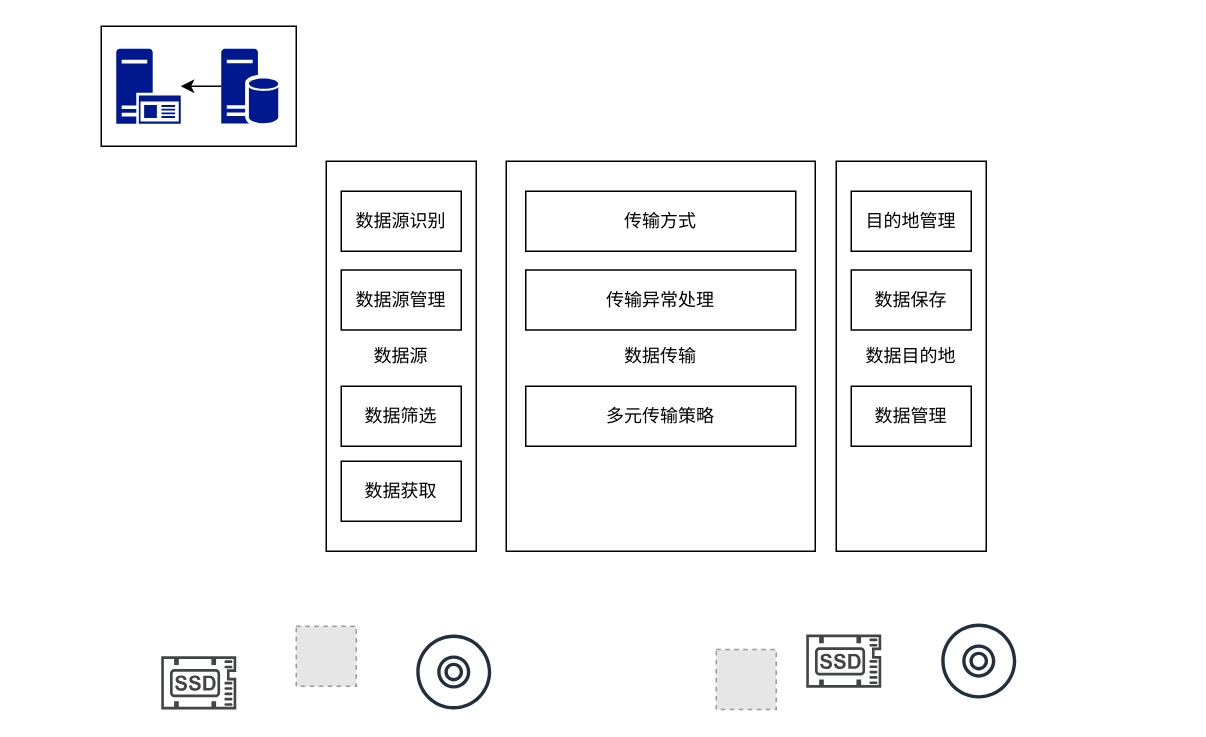
Earlier version of the draw.io diagram 第三章关键问题.drawio (GreenTee-color/Documents). Source tidied: cells renumbered, new cells numbered last; positions are measured from the earlier drawing's top-left corner, leaving out a move shared by most shapes. Both pictures are drawn from the tidied source at 150%, with x=0, y=0 at pixel (100, 26). Pictures stored in the file or linked from it are replaced by grey dashed boxes.
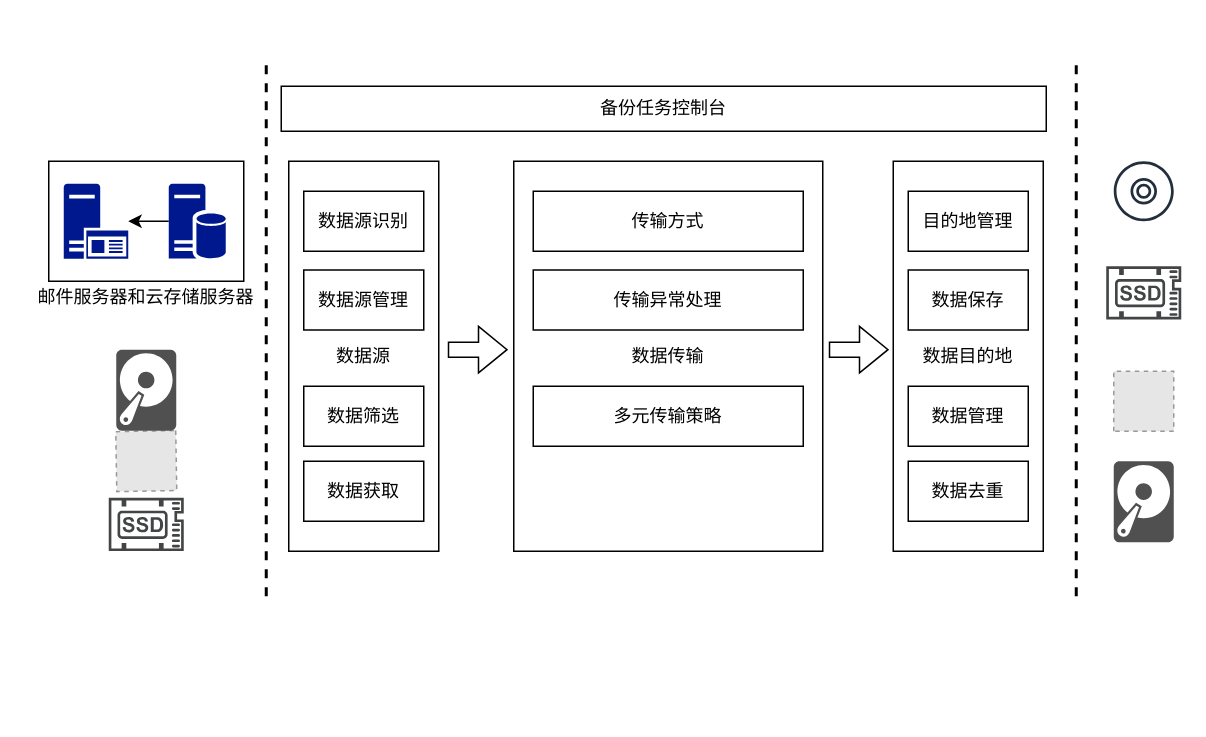
After the change.

Commit message (it also covers changes not shown here):
更新第三章关键问题.drawio

Change to the diagram source:
```diff
@@
-    <mxCell id="2" value="数据目的地" style="rounded=0;whiteSpace=wrap;html=1;" parent="1" vertex="1">
-      <mxGeometry x="490" y="90" width="100" height="260" as="geometry" />
-    </mxCell>
-    <mxCell id="3" value="数据源" style="rounded=0;whiteSpace=wrap;html=1;" parent="1" vertex="1">
-      <mxGeometry x="150" y="90" width="100" height="260" as="geometry" />
-    </mxCell>
+    <mxCell id="26" style="group;" parent="1" vertex="1">
+      <mxGeometry x="-50" y="90" width="745" height="260" as="geometry" />
+    </mxCell>
+    <mxCell id="27" style="group;" parent="26" vertex="1">
+      <mxGeometry x="55" y="125.6" width="110" height="134.4" as="geometry" />
+    </mxCell>
+    <mxCell id="28" style="group;" parent="27" vertex="1">
+      <mxGeometry y="54" width="110" height="80.3" as="geometry" />
+    </mxCell>
+    <mxCell id="29" style="group;" parent="28" vertex="1">
+      <mxGeometry width="50" height="80.3" as="geometry" />
+    </mxCell>
+    <mxCell id="7" style="sketch=0;shadow=0;dashed=0;html=1;strokeColor=none;fillColor=#434445;labelPosition=center;verticalLabelPosition=bottom;verticalAlign=top;align=center;shape=mxgraph.vvd.ssd;" parent="29" vertex="1">
+      <mxGeometry y="44.8" width="50" height="35.5" as="geometry" />
+    </mxCell>
+    <mxCell id="8" style="fillColor=#E6E6E6;strokeColor=#999999;dashed=1;html=1;verticalAlign=top;verticalLabelPosition=bottom;labelBackgroundColor=#ffffff;rotation=89;" parent="29" vertex="1">
+      <mxGeometry x="5" y="0.3" width="40" height="40" as="geometry" />
+    </mxCell>
+    <mxCell id="30" style="sketch=0;shadow=0;dashed=0;html=1;strokeColor=none;fillColor=#505050;labelPosition=center;verticalLabelPosition=bottom;verticalAlign=top;align=center;shape=mxgraph.office.devices.hard_disk;" parent="27" vertex="1">
+      <mxGeometry x="5" width="40" height="54" as="geometry" />
+    </mxCell>
+    <mxCell id="31" style="sketch=0;shadow=0;dashed=0;html=1;strokeColor=none;fillColor=#505050;labelPosition=center;verticalLabelPosition=bottom;verticalAlign=top;align=center;shape=mxgraph.office.devices.hard_disk;" parent="26" vertex="1">
+      <mxGeometry x="725" y="200" width="40" height="54" as="geometry" />
+    </mxCell>
+    <mxCell id="6" style="sketch=0;fontColor=#232F3E;gradientColor=none;fillColor=#232F3D;strokeColor=none;dashed=0;verticalLabelPosition=bottom;verticalAlign=top;align=center;html=1;fontSize=12;fontStyle=0;shape=mxgraph.aws4.disk;" parent="26" vertex="1">
+      <mxGeometry x="725" width="40" height="40" as="geometry" />
+    </mxCell>
-    <mxCell id="4" style="sketch=0;shadow=0;dashed=0;html=1;strokeColor=none;fillColor=#434445;labelPosition=center;verticalLabelPosition=bottom;verticalAlign=top;align=center;shape=mxgraph.vvd.ssd;" parent="1" vertex="1">
-      <mxGeometry x="470" y="405.5" width="50" height="35.5" as="geometry" />
+    <mxCell id="4" style="sketch=0;shadow=0;dashed=0;html=1;strokeColor=none;fillColor=#434445;labelPosition=center;verticalLabelPosition=bottom;verticalAlign=top;align=center;shape=mxgraph.vvd.ssd;" parent="26" vertex="1">
+      <mxGeometry x="720" y="70" width="50" height="35.5" as="geometry" />
     </mxCell>
-    <mxCell id="5" style="fillColor=#E6E6E6;strokeColor=#999999;dashed=1;html=1;verticalAlign=top;verticalLabelPosition=bottom;labelBackgroundColor=#ffffff;" parent="1" vertex="1">
-      <mxGeometry x="410" y="415.5" width="40" height="40" as="geometry" />
+    <mxCell id="5" style="fillColor=#E6E6E6;strokeColor=#999999;dashed=1;html=1;verticalAlign=top;verticalLabelPosition=bottom;labelBackgroundColor=#ffffff;rotation=-90;" parent="26" vertex="1">
+      <mxGeometry x="725" y="140" width="40" height="40" as="geometry" />
     </mxCell>
-    <mxCell id="6" style="sketch=0;fontColor=#232F3E;gradientColor=none;fillColor=#232F3D;strokeColor=none;dashed=0;verticalLabelPosition=bottom;verticalAlign=top;align=center;html=1;fontSize=12;fontStyle=0;shape=mxgraph.aws4.disk;" parent="1" vertex="1">
-      <mxGeometry x="560" y="398.2" width="50" height="50" as="geometry" />
-    </mxCell>
-    <mxCell id="7" style="sketch=0;shadow=0;dashed=0;html=1;strokeColor=none;fillColor=#434445;labelPosition=center;verticalLabelPosition=bottom;verticalAlign=top;align=center;shape=mxgraph.vvd.ssd;" parent="1" vertex="1">
-      <mxGeometry x="40" y="420" width="50" height="35.5" as="geometry" />
-    </mxCell>
-    <mxCell id="8" style="fillColor=#E6E6E6;strokeColor=#999999;dashed=1;html=1;verticalAlign=top;verticalLabelPosition=bottom;labelBackgroundColor=#ffffff;" parent="1" vertex="1">
-      <mxGeometry x="130" y="400" width="40" height="40" as="geometry" />
-    </mxCell>
-    <mxCell id="9" style="sketch=0;fontColor=#232F3E;gradientColor=none;fillColor=#232F3D;strokeColor=none;dashed=0;verticalLabelPosition=bottom;verticalAlign=top;align=center;html=1;fontSize=12;fontStyle=0;shape=mxgraph.aws4.disk;" parent="1" vertex="1">
-      <mxGeometry x="210" y="405.5" width="50" height="50" as="geometry" />
-    </mxCell>
-    <mxCell id="10" style="group;" parent="1" vertex="1">
-      <mxGeometry width="130" height="80" as="geometry" />
-    </mxCell>
+    <mxCell id="32" style="group;" parent="26" vertex="1">
+      <mxGeometry x="15" width="130" height="80" as="geometry" />
+    </mxCell>
-    <mxCell id="11" style="rounded=0;whiteSpace=wrap;html=1;" parent="10" vertex="1">
+    <mxCell id="11" style="rounded=0;whiteSpace=wrap;html=1;" parent="32" vertex="1">
       <mxGeometry width="130" height="80" as="geometry" />
     </mxCell>
-    <mxCell id="12" style="sketch=0;shadow=0;dashed=0;html=1;strokeColor=none;labelPosition=center;verticalLabelPosition=bottom;verticalAlign=top;align=center;fillColor=#00188D;shape=mxgraph.mscae.enterprise.application_server2;" parent="10" vertex="1">
+    <mxCell id="12" style="sketch=0;shadow=0;dashed=0;html=1;strokeColor=none;labelPosition=center;verticalLabelPosition=bottom;verticalAlign=top;align=center;fillColor=#00188D;shape=mxgraph.mscae.enterprise.application_server2;" parent="32" vertex="1">
       <mxGeometry x="10" y="15" width="43" height="50" as="geometry" />
     </mxCell>
+    <mxCell id="14" style="sketch=0;shadow=0;dashed=0;html=1;strokeColor=none;labelPosition=center;verticalLabelPosition=bottom;verticalAlign=top;align=center;fillColor=#00188D;shape=mxgraph.mscae.enterprise.database_server;" parent="32" vertex="1">
+      <mxGeometry x="80" y="15" width="38" height="50" as="geometry" />
+    </mxCell>
-    <mxCell id="13" style="edgeStyle=orthogonalEdgeStyle;rounded=0;jettySize=auto;html=1;" parent="10" edge="1" source="14" target="12">
+    <mxCell id="13" style="edgeStyle=orthogonalEdgeStyle;rounded=0;jettySize=auto;html=1;" parent="32" edge="1" source="14" target="12">
       <mxGeometry relative="1" as="geometry" />
     </mxCell>
-    <mxCell id="14" style="sketch=0;shadow=0;dashed=0;html=1;strokeColor=none;labelPosition=center;verticalLabelPosition=bottom;verticalAlign=top;align=center;fillColor=#00188D;shape=mxgraph.mscae.enterprise.database_server;" parent="10" vertex="1">
-      <mxGeometry x="80" y="15" width="38" height="50" as="geometry" />
-    </mxCell>
+    <mxCell id="33" style="group;" parent="26" vertex="1">
+      <mxGeometry x="325" width="206" height="260" as="geometry" />
+    </mxCell>
-    <mxCell id="15" value="数据传输" style="rounded=0;whiteSpace=wrap;html=1;" parent="1" vertex="1">
-      <mxGeometry x="270" y="90" width="206" height="260" as="geometry" />
+    <mxCell id="15" value="数据传输" style="rounded=0;whiteSpace=wrap;html=1;" parent="33" vertex="1">
+      <mxGeometry width="206" height="260" as="geometry" />
     </mxCell>
+    <mxCell id="23" value="传输方式" style="rounded=0;whiteSpace=wrap;html=1;" parent="33" vertex="1">
+      <mxGeometry x="13" y="20" width="180" height="40" as="geometry" />
+    </mxCell>
+    <mxCell id="24" value="传输异常处理" style="rounded=0;whiteSpace=wrap;html=1;" parent="33" vertex="1">
+      <mxGeometry x="13" y="72.5" width="180" height="40" as="geometry" />
+    </mxCell>
+    <mxCell id="25" value="多元传输策略" style="rounded=0;whiteSpace=wrap;html=1;" parent="33" vertex="1">
+      <mxGeometry x="13" y="150" width="180" height="40" as="geometry" />
+    </mxCell>
+    <mxCell id="34" style="group;" parent="26" vertex="1">
+      <mxGeometry x="578" width="100" height="260" as="geometry" />
+    </mxCell>
+    <mxCell id="2" value="数据目的地" style="rounded=0;whiteSpace=wrap;html=1;" parent="34" vertex="1">
+      <mxGeometry width="100" height="260" as="geometry" />
+    </mxCell>
+    <mxCell id="20" value="目的地管理" style="rounded=0;whiteSpace=wrap;html=1;" parent="34" vertex="1">
+      <mxGeometry x="10" y="20" width="80" height="40" as="geometry" />
+    </mxCell>
+    <mxCell id="21" value="数据保存" style="rounded=0;whiteSpace=wrap;html=1;" parent="34" vertex="1">
+      <mxGeometry x="10" y="72.5" width="80" height="40" as="geometry" />
+    </mxCell>
+    <mxCell id="22" value="数据管理" style="rounded=0;whiteSpace=wrap;html=1;" parent="34" vertex="1">
+      <mxGeometry x="10" y="150" width="80" height="40" as="geometry" />
+    </mxCell>
+    <mxCell id="35" value="数据去重" style="rounded=0;whiteSpace=wrap;html=1;" parent="34" vertex="1">
+      <mxGeometry x="10" y="200" width="80" height="40" as="geometry" />
+    </mxCell>
+    <mxCell id="36" style="group;" parent="26" vertex="1">
+      <mxGeometry x="175" width="100" height="260" as="geometry" />
+    </mxCell>
+    <mxCell id="3" value="数据源" style="rounded=0;whiteSpace=wrap;html=1;" parent="36" vertex="1">
+      <mxGeometry width="100" height="260" as="geometry" />
+    </mxCell>
-    <mxCell id="16" value="数据源识别" style="rounded=0;whiteSpace=wrap;html=1;" parent="1" vertex="1">
-      <mxGeometry x="160" y="110" width="80" height="40" as="geometry" />
+    <mxCell id="16" value="数据源识别" style="rounded=0;whiteSpace=wrap;html=1;" parent="36" vertex="1">
+      <mxGeometry x="10" y="20" width="80" height="40" as="geometry" />
     </mxCell>
-    <mxCell id="17" value="数据源管理" style="rounded=0;whiteSpace=wrap;html=1;" parent="1" vertex="1">
-      <mxGeometry x="160" y="162.5" width="80" height="40" as="geometry" />
+    <mxCell id="17" value="数据源管理" style="rounded=0;whiteSpace=wrap;html=1;" parent="36" vertex="1">
+      <mxGeometry x="10" y="72.5" width="80" height="40" as="geometry" />
     </mxCell>
-    <mxCell id="18" value="数据筛选" style="rounded=0;whiteSpace=wrap;html=1;" parent="1" vertex="1">
-      <mxGeometry x="160" y="240" width="80" height="40" as="geometry" />
+    <mxCell id="18" value="数据筛选" style="rounded=0;whiteSpace=wrap;html=1;" parent="36" vertex="1">
+      <mxGeometry x="10" y="150" width="80" height="40" as="geometry" />
     </mxCell>
-    <mxCell id="19" value="数据获取" style="rounded=0;whiteSpace=wrap;html=1;" parent="1" vertex="1">
-      <mxGeometry x="160" y="290" width="80" height="40" as="geometry" />
+    <mxCell id="19" value="数据获取" style="rounded=0;whiteSpace=wrap;html=1;" parent="36" vertex="1">
+      <mxGeometry x="10" y="200" width="80" height="40" as="geometry" />
     </mxCell>
-    <mxCell id="20" value="目的地管理" style="rounded=0;whiteSpace=wrap;html=1;" parent="1" vertex="1">
-      <mxGeometry x="500" y="110" width="80" height="40" as="geometry" />
-    </mxCell>
-    <mxCell id="21" value="数据保存" style="rounded=0;whiteSpace=wrap;html=1;" parent="1" vertex="1">
-      <mxGeometry x="500" y="162.5" width="80" height="40" as="geometry" />
-    </mxCell>
-    <mxCell id="22" value="数据管理" style="rounded=0;whiteSpace=wrap;html=1;" parent="1" vertex="1">
-      <mxGeometry x="500" y="240" width="80" height="40" as="geometry" />
-    </mxCell>
-    <mxCell id="23" value="传输方式" style="rounded=0;whiteSpace=wrap;html=1;" parent="1" vertex="1">
-      <mxGeometry x="283" y="110" width="180" height="40" as="geometry" />
-    </mxCell>
-    <mxCell id="24" value="传输异常处理" style="rounded=0;whiteSpace=wrap;html=1;" parent="1" vertex="1">
-      <mxGeometry x="283" y="162.5" width="180" height="40" as="geometry" />
-    </mxCell>
-    <mxCell id="25" value="多元传输策略" style="rounded=0;whiteSpace=wrap;html=1;" parent="1" vertex="1">
-      <mxGeometry x="283" y="240" width="180" height="40" as="geometry" />
-    </mxCell>
+    <mxCell id="37" style="shape=flexArrow;endArrow=classic;html=1;rounded=0;" parent="26" edge="1">
+      <mxGeometry relative="1" as="geometry">
+        <mxPoint x="281" y="125.6" as="sourcePoint" />
+        <mxPoint x="321" y="125.6" as="targetPoint" />
+      </mxGeometry>
+    </mxCell>
+    <mxCell id="38" style="shape=flexArrow;endArrow=classic;html=1;rounded=0;" parent="26" edge="1">
+      <mxGeometry relative="1" as="geometry">
+        <mxPoint x="535" y="125.6" as="sourcePoint" />
+        <mxPoint x="575" y="125.6" as="targetPoint" />
+      </mxGeometry>
+    </mxCell>
+    <mxCell id="39" value="邮件服务器和云存储服务器" style="text;html=1;align=center;verticalAlign=middle;whiteSpace=wrap;rounded=0;" parent="26" vertex="1">
+      <mxGeometry y="75.5" width="160" height="30" as="geometry" />
+    </mxCell>
+    <mxCell id="40" style="endArrow=none;dashed=1;html=1;rounded=0;strokeWidth=2;" parent="26" edge="1">
+      <mxGeometry relative="1" as="geometry">
+        <mxPoint x="700" y="290" as="sourcePoint" />
+        <mxPoint x="700" y="-70" as="targetPoint" />
+      </mxGeometry>
+    </mxCell>
+    <mxCell id="41" value="备份任务控制台" style="rounded=0;whiteSpace=wrap;html=1;" parent="1" vertex="1">
+      <mxGeometry x="120" y="40" width="510" height="30" as="geometry" />
+    </mxCell>
+    <mxCell id="42" style="endArrow=none;dashed=1;html=1;rounded=0;strokeWidth=2;" parent="1" edge="1">
+      <mxGeometry relative="1" as="geometry">
+        <mxPoint x="110" y="380" as="sourcePoint" />
+        <mxPoint x="110" y="20" as="targetPoint" />
+      </mxGeometry>
+    </mxCell>
```
